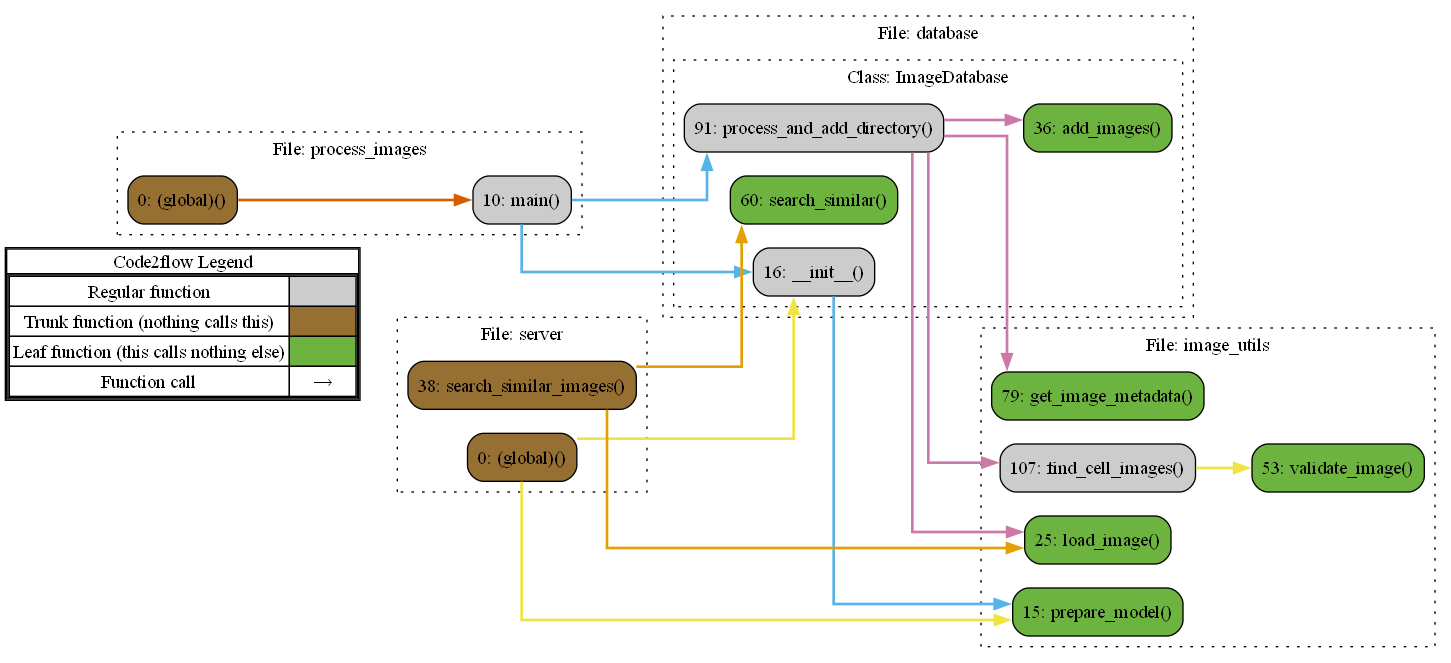
Earlier version of the Graphviz export call_graph/out.png (ronister/biomedical_image_search). Its source is kept beside it as call_graph/out.gv. Source of this version:
```dot
digraph G {
concentrate=true;
splines="ortho";
rankdir="LR";
subgraph legend{
    rank = min;
    label = "legend";
    Legend [shape=none, margin=0, label = <
        <table cellspacing="0" cellpadding="0" border="1"><tr><td>Code2flow Legend</td></tr><tr><td>
        <table cellspacing="0">
        <tr><td>Regular function</td><td width="50px" bgcolor='#cccccc'></td></tr>
        <tr><td>Trunk function (nothing calls this)</td><td bgcolor='#966F33'></td></tr>
        <tr><td>Leaf function (this calls nothing else)</td><td bgcolor='#6db33f'></td></tr>
        <tr><td>Function call</td><td><font color='black'>&#8594;</font></td></tr>
        </table></td></tr></table>
        >];
}node_ca3f595a [label="16: __init__()" name="database::ImageDatabase.__init__" shape="rect" style="rounded,filled" fillcolor="#cccccc" ];
node_ce569933 [label="36: add_images()" name="database::ImageDatabase.add_images" shape="rect" style="rounded,filled" fillcolor="#6db33f" ];
node_3192a06f [label="91: process_and_add_directory()" name="database::ImageDatabase.process_and_add_directory" shape="rect" style="rounded,filled" fillcolor="#cccccc" ];
node_a5b10077 [label="60: search_similar()" name="database::ImageDatabase.search_similar" shape="rect" style="rounded,filled" fillcolor="#6db33f" ];
node_be054cac [label="107: find_cell_images()" name="image_utils::find_cell_images" shape="rect" style="rounded,filled" fillcolor="#cccccc" ];
node_7bc34070 [label="79: get_image_metadata()" name="image_utils::get_image_metadata" shape="rect" style="rounded,filled" fillcolor="#6db33f" ];
node_d3e77a5a [label="25: load_image()" name="image_utils::load_image" shape="rect" style="rounded,filled" fillcolor="#6db33f" ];
node_5006771c [label="15: prepare_model()" name="image_utils::prepare_model" shape="rect" style="rounded,filled" fillcolor="#6db33f" ];
node_303e2dd7 [label="53: validate_image()" name="image_utils::validate_image" shape="rect" style="rounded,filled" fillcolor="#6db33f" ];
node_7531fcfe [label="0: (global)()" name="process_images::(global)" shape="rect" style="rounded,filled" fillcolor="#966F33" ];
node_bc103cb2 [label="10: main()" name="process_images::main" shape="rect" style="rounded,filled" fillcolor="#cccccc" ];
node_484b03bc [label="0: (global)()" name="server::(global)" shape="rect" style="rounded,filled" fillcolor="#966F33" ];
node_114c4761 [label="38: search_similar_images()" name="server::search_similar_images" shape="rect" style="rounded,filled" fillcolor="#966F33" ];
node_ca3f595a -> node_5006771c [color="#56B4E9" penwidth="2"];
node_3192a06f -> node_ce569933 [color="#CC79A7" penwidth="2"];
node_3192a06f -> node_be054cac [color="#CC79A7" penwidth="2"];
node_3192a06f -> node_7bc34070 [color="#CC79A7" penwidth="2"];
node_3192a06f -> node_d3e77a5a [color="#CC79A7" penwidth="2"];
node_be054cac -> node_303e2dd7 [color="#F0E442" penwidth="2"];
node_be054cac -> node_303e2dd7 [color="#F0E442" penwidth="2"];
node_7531fcfe -> node_bc103cb2 [color="#D55E00" penwidth="2"];
node_bc103cb2 -> node_ca3f595a [color="#56B4E9" penwidth="2"];
node_bc103cb2 -> node_3192a06f [color="#56B4E9" penwidth="2"];
node_484b03bc -> node_ca3f595a [color="#F0E442" penwidth="2"];
node_484b03bc -> node_5006771c [color="#F0E442" penwidth="2"];
node_114c4761 -> node_a5b10077 [color="#E69F00" penwidth="2"];
node_114c4761 -> node_d3e77a5a [color="#E69F00" penwidth="2"];
subgraph cluster_3fc06bdf {
    label="File: database";
    name="database";
    style="filled";
    graph[style=dotted];
    subgraph cluster_76ae7313 {
        node_ca3f595a node_ce569933 node_a5b10077 node_3192a06f;
        label="Class: ImageDatabase";
        name="ImageDatabase";
        style="filled";
        graph[style=dotted];
    };
};
subgraph cluster_185dba67 {
    node_5006771c node_d3e77a5a node_303e2dd7 node_7bc34070 node_be054cac;
    label="File: image_utils";
    name="image_utils";
    style="filled";
    graph[style=dotted];
};
subgraph cluster_90a9150a {
    node_bc103cb2 node_7531fcfe;
    label="File: process_images";
    name="process_images";
    style="filled";
    graph[style=dotted];
};
subgraph cluster_d984f402 {
    node_114c4761 node_484b03bc;
    label="File: server";
    name="server";
    style="filled";
    graph[style=dotted];
};
}
```
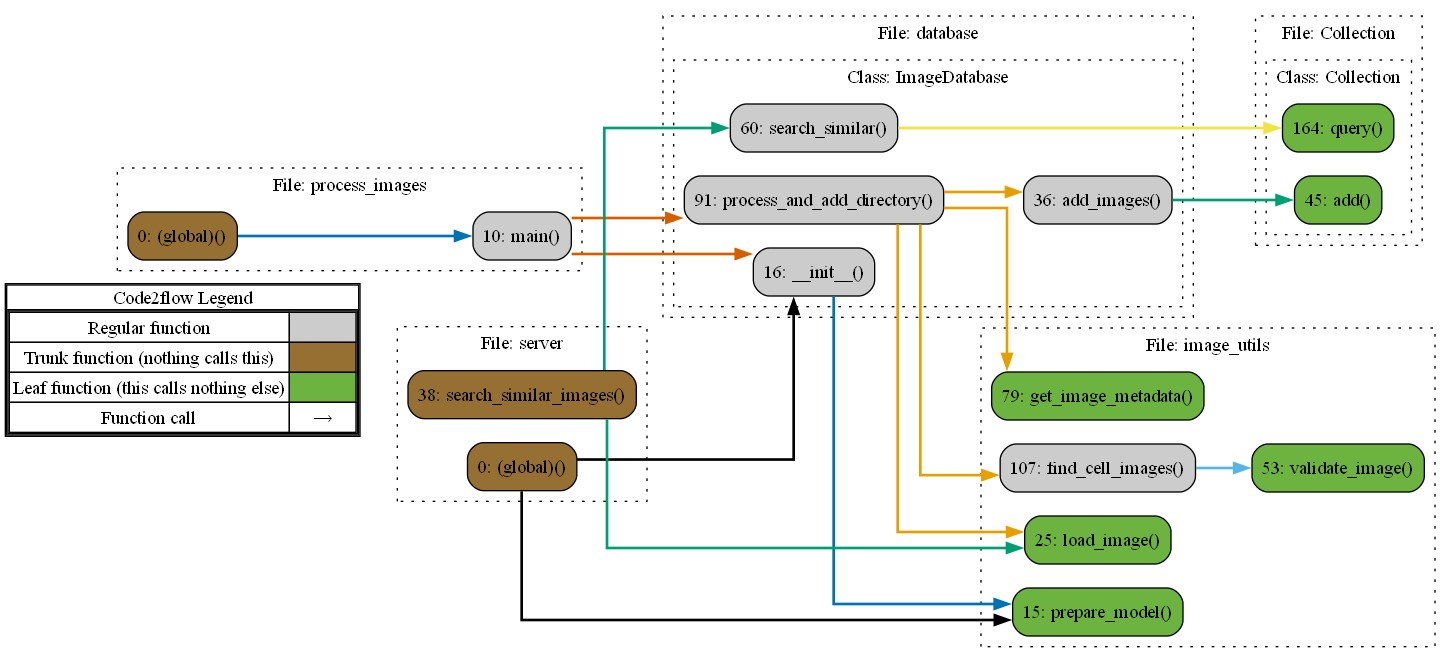
The same file after the commit.

Commit message:
Update call graph visualization in out.gv and regenerate out.png to reflect changes in function nodes and their relationships, including the addition of the Collection class and its methods.

The edit, as a diff of the source:
```diff
@@ -14,62 +14,79 @@
         <tr><td>Function call</td><td><font color='black'>&#8594;</font></td></tr>
         </table></td></tr></table>
         >];
-}node_ca3f595a [label="16: __init__()" name="database::ImageDatabase.__init__" shape="rect" style="rounded,filled" fillcolor="#cccccc" ];
-node_ce569933 [label="36: add_images()" name="database::ImageDatabase.add_images" shape="rect" style="rounded,filled" fillcolor="#6db33f" ];
-node_3192a06f [label="91: process_and_add_directory()" name="database::ImageDatabase.process_and_add_directory" shape="rect" style="rounded,filled" fillcolor="#cccccc" ];
-node_a5b10077 [label="60: search_similar()" name="database::ImageDatabase.search_similar" shape="rect" style="rounded,filled" fillcolor="#6db33f" ];
-node_be054cac [label="107: find_cell_images()" name="image_utils::find_cell_images" shape="rect" style="rounded,filled" fillcolor="#cccccc" ];
-node_7bc34070 [label="79: get_image_metadata()" name="image_utils::get_image_metadata" shape="rect" style="rounded,filled" fillcolor="#6db33f" ];
-node_d3e77a5a [label="25: load_image()" name="image_utils::load_image" shape="rect" style="rounded,filled" fillcolor="#6db33f" ];
-node_5006771c [label="15: prepare_model()" name="image_utils::prepare_model" shape="rect" style="rounded,filled" fillcolor="#6db33f" ];
-node_303e2dd7 [label="53: validate_image()" name="image_utils::validate_image" shape="rect" style="rounded,filled" fillcolor="#6db33f" ];
-node_7531fcfe [label="0: (global)()" name="process_images::(global)" shape="rect" style="rounded,filled" fillcolor="#966F33" ];
-node_bc103cb2 [label="10: main()" name="process_images::main" shape="rect" style="rounded,filled" fillcolor="#cccccc" ];
-node_484b03bc [label="0: (global)()" name="server::(global)" shape="rect" style="rounded,filled" fillcolor="#966F33" ];
-node_114c4761 [label="38: search_similar_images()" name="server::search_similar_images" shape="rect" style="rounded,filled" fillcolor="#966F33" ];
-node_ca3f595a -> node_5006771c [color="#56B4E9" penwidth="2"];
-node_3192a06f -> node_ce569933 [color="#CC79A7" penwidth="2"];
-node_3192a06f -> node_be054cac [color="#CC79A7" penwidth="2"];
-node_3192a06f -> node_7bc34070 [color="#CC79A7" penwidth="2"];
-node_3192a06f -> node_d3e77a5a [color="#CC79A7" penwidth="2"];
-node_be054cac -> node_303e2dd7 [color="#F0E442" penwidth="2"];
-node_be054cac -> node_303e2dd7 [color="#F0E442" penwidth="2"];
-node_7531fcfe -> node_bc103cb2 [color="#D55E00" penwidth="2"];
-node_bc103cb2 -> node_ca3f595a [color="#56B4E9" penwidth="2"];
-node_bc103cb2 -> node_3192a06f [color="#56B4E9" penwidth="2"];
-node_484b03bc -> node_ca3f595a [color="#F0E442" penwidth="2"];
-node_484b03bc -> node_5006771c [color="#F0E442" penwidth="2"];
-node_114c4761 -> node_a5b10077 [color="#E69F00" penwidth="2"];
-node_114c4761 -> node_d3e77a5a [color="#E69F00" penwidth="2"];
-subgraph cluster_3fc06bdf {
+}node_654a00e4 [label="45: add()" name="Collection::Collection.add" shape="rect" style="rounded,filled" fillcolor="#6db33f" ];
+node_90c151e5 [label="164: query()" name="Collection::Collection.query" shape="rect" style="rounded,filled" fillcolor="#6db33f" ];
+node_333f6285 [label="16: __init__()" name="database::ImageDatabase.__init__" shape="rect" style="rounded,filled" fillcolor="#cccccc" ];
+node_d2a1b8e3 [label="36: add_images()" name="database::ImageDatabase.add_images" shape="rect" style="rounded,filled" fillcolor="#cccccc" ];
+node_75d0ece9 [label="91: process_and_add_directory()" name="database::ImageDatabase.process_and_add_directory" shape="rect" style="rounded,filled" fillcolor="#cccccc" ];
+node_b61d3f9c [label="60: search_similar()" name="database::ImageDatabase.search_similar" shape="rect" style="rounded,filled" fillcolor="#cccccc" ];
+node_8e1c5c4a [label="107: find_cell_images()" name="image_utils::find_cell_images" shape="rect" style="rounded,filled" fillcolor="#cccccc" ];
+node_a407a6b1 [label="79: get_image_metadata()" name="image_utils::get_image_metadata" shape="rect" style="rounded,filled" fillcolor="#6db33f" ];
+node_16f22358 [label="25: load_image()" name="image_utils::load_image" shape="rect" style="rounded,filled" fillcolor="#6db33f" ];
+node_006b7084 [label="15: prepare_model()" name="image_utils::prepare_model" shape="rect" style="rounded,filled" fillcolor="#6db33f" ];
+node_91925b68 [label="53: validate_image()" name="image_utils::validate_image" shape="rect" style="rounded,filled" fillcolor="#6db33f" ];
+node_a70390c5 [label="0: (global)()" name="process_images::(global)" shape="rect" style="rounded,filled" fillcolor="#966F33" ];
+node_319e70ee [label="10: main()" name="process_images::main" shape="rect" style="rounded,filled" fillcolor="#cccccc" ];
+node_d0de5f38 [label="0: (global)()" name="server::(global)" shape="rect" style="rounded,filled" fillcolor="#966F33" ];
+node_47a979ab [label="38: search_similar_images()" name="server::search_similar_images" shape="rect" style="rounded,filled" fillcolor="#966F33" ];
+node_333f6285 -> node_006b7084 [color="#0072B2" penwidth="2"];
+node_d2a1b8e3 -> node_654a00e4 [color="#009E73" penwidth="2"];
+node_75d0ece9 -> node_d2a1b8e3 [color="#E69F00" penwidth="2"];
+node_75d0ece9 -> node_8e1c5c4a [color="#E69F00" penwidth="2"];
+node_75d0ece9 -> node_a407a6b1 [color="#E69F00" penwidth="2"];
+node_75d0ece9 -> node_16f22358 [color="#E69F00" penwidth="2"];
+node_b61d3f9c -> node_90c151e5 [color="#F0E442" penwidth="2"];
+node_8e1c5c4a -> node_91925b68 [color="#56B4E9" penwidth="2"];
+node_8e1c5c4a -> node_91925b68 [color="#56B4E9" penwidth="2"];
+node_a70390c5 -> node_319e70ee [color="#0072B2" penwidth="2"];
+node_319e70ee -> node_333f6285 [color="#D55E00" penwidth="2"];
+node_319e70ee -> node_75d0ece9 [color="#D55E00" penwidth="2"];
+node_d0de5f38 -> node_333f6285 [color="#000000" penwidth="2"];
+node_d0de5f38 -> node_006b7084 [color="#000000" penwidth="2"];
+node_47a979ab -> node_b61d3f9c [color="#009E73" penwidth="2"];
+node_47a979ab -> node_16f22358 [color="#009E73" penwidth="2"];
+subgraph cluster_555798b4 {
+    label="File: Collection";
+    name="Collection";
+    style="filled";
+    graph[style=dotted];
+    subgraph cluster_82e3be5a {
+        node_654a00e4 node_90c151e5;
+        label="Class: Collection";
+        name="Collection";
+        style="filled";
+        graph[style=dotted];
+    };
+};
+subgraph cluster_6e2ea983 {
     label="File: database";
     name="database";
     style="filled";
     graph[style=dotted];
-    subgraph cluster_76ae7313 {
-        node_ca3f595a node_ce569933 node_a5b10077 node_3192a06f;
+    subgraph cluster_e7ab46d0 {
+        node_333f6285 node_d2a1b8e3 node_b61d3f9c node_75d0ece9;
         label="Class: ImageDatabase";
         name="ImageDatabase";
         style="filled";
         graph[style=dotted];
     };
 };
-subgraph cluster_185dba67 {
-    node_5006771c node_d3e77a5a node_303e2dd7 node_7bc34070 node_be054cac;
+subgraph cluster_bc5c39a2 {
+    node_006b7084 node_16f22358 node_91925b68 node_a407a6b1 node_8e1c5c4a;
     label="File: image_utils";
     name="image_utils";
     style="filled";
     graph[style=dotted];
 };
-subgraph cluster_90a9150a {
-    node_bc103cb2 node_7531fcfe;
+subgraph cluster_1d8eb19e {
+    node_319e70ee node_a70390c5;
     label="File: process_images";
     name="process_images";
     style="filled";
     graph[style=dotted];
 };
-subgraph cluster_d984f402 {
-    node_114c4761 node_484b03bc;
+subgraph cluster_d6ad02e2 {
+    node_47a979ab node_d0de5f38;
     label="File: server";
     name="server";
     style="filled";
```
